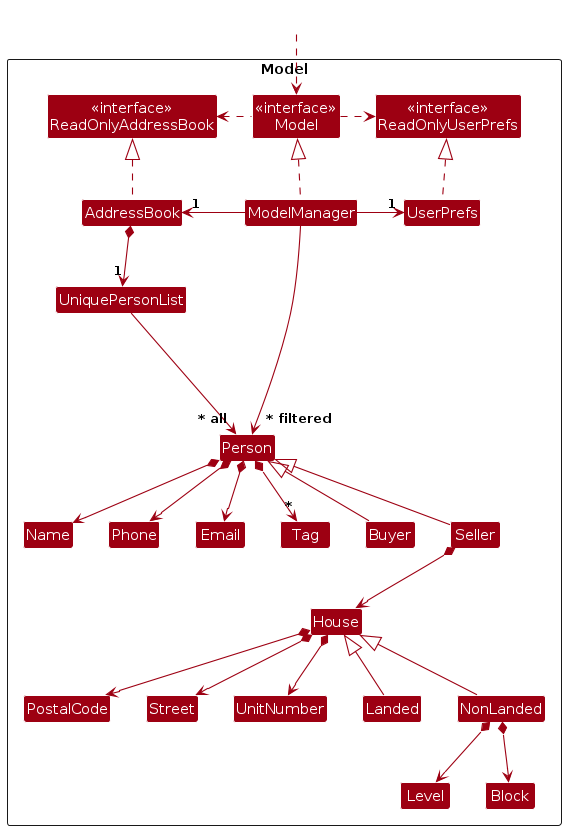
Above: diagrams/ModelClassDiagram.png in felixchanyy/tp (PlantUML), before the change. Its source is kept beside it as diagrams/ModelClassDiagram.puml.
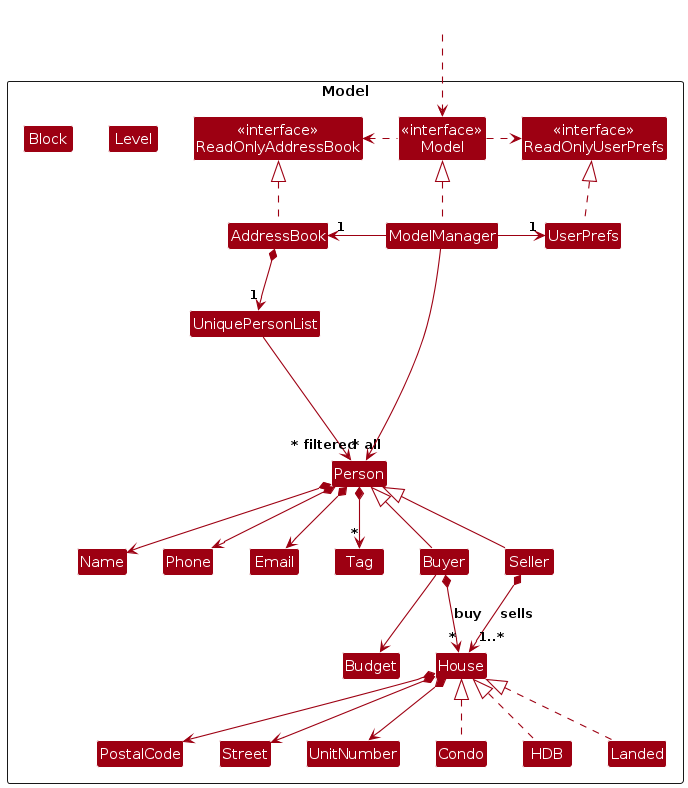
After the commit.

What changed in the source:
```diff
@@ -26,8 +26,10 @@
 Class Buyer extends Person
 Class Seller extends Person
 Class House
-Class Landed extends House
-Class NonLanded extends House
+Class Condo implements House
+Class HDB implements House
+Class Landed implements House
+Class Budget
 
 Class I #FFFFFF
 }
@@ -53,11 +55,9 @@
 House *--> PostalCode
 House *--> UnitNumber
 House *--> Street
-Seller *--> House
-NonLanded *--> Block
-NonLanded *--> Level
-
-
+Seller *--> "1..*" House : sells
+Buyer *--> "*" House : buy
+Buyer --> Budget
 
 
 Person -[hidden]up--> I
```
